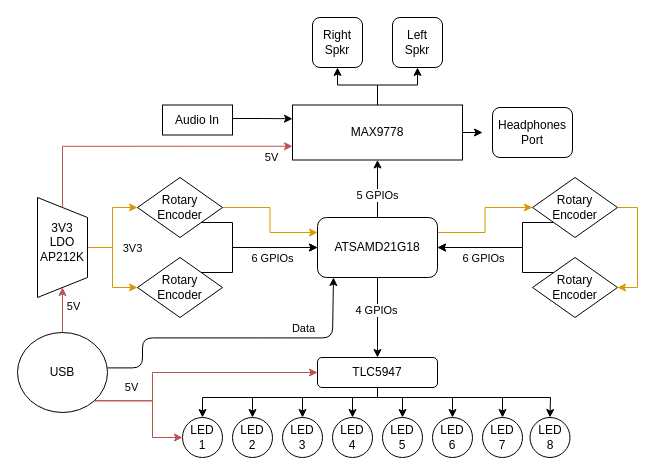
Earlier version of the draw.io diagram ArchitectureOverview.drawio (amohideen99/TheVolumeMixer). Source tidied: cells renumbered, new cells numbered last; positions are measured from the earlier drawing's top-left corner, leaving out a move shared by most shapes. Both pictures are drawn from the tidied source at 100%, with x=0, y=0 at pixel (12, 17).
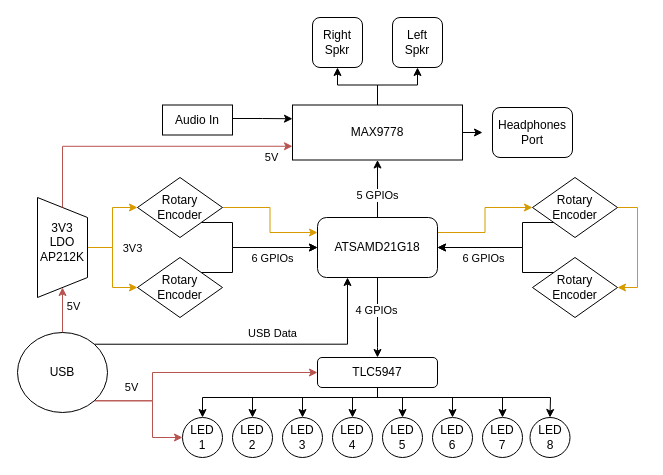
After the change.

Commit message (it also covers changes not shown here):
added USB data and 5V to Architecture Overview

Unchanged cells that the change refers to:
```xml
<mxCell id="15" value="ATSAMD21G18" style="rounded=1;whiteSpace=wrap;html=1;" parent="1" vertex="1">
  <mxGeometry x="305" y="200" width="120" height="60" as="geometry" />
</mxCell>
<mxCell id="57" value="USB" style="ellipse;whiteSpace=wrap;html=1;" parent="1" vertex="1">
  <mxGeometry x="5" y="315" width="90" height="80" as="geometry" />
</mxCell>
```

Change to the diagram source:
```diff
@@
+    <mxCell id="61" style="edgeStyle=orthogonalEdgeStyle;rounded=0;jettySize=auto;html=1;exitX=1;exitY=0;exitDx=0;exitDy=0;entryX=0.25;entryY=1;entryDx=0;entryDy=0;fontColor=#000000;" parent="1" edge="1" source="57" target="15">
+      <mxGeometry relative="1" as="geometry" />
+    </mxCell>
+    <mxCell id="62" value="USB Data" style="edgeLabel;html=1;align=center;verticalAlign=middle;fontColor=#000000;" parent="61" vertex="1">
+      <mxGeometry x="0.09" relative="1" as="geometry">
+        <mxPoint x="3.9" y="-11.7" as="offset" />
+      </mxGeometry>
+    </mxCell>
@@
-    <mxCell id="58" style="endArrow=classic;html=1;entryX=0.133;entryY=0.994;entryDx=0;entryDy=0;entryPerimeter=0;" parent="1" edge="1">
-      <mxGeometry relative="1" as="geometry">
-        <mxPoint x="95" y="350.4" as="sourcePoint" />
-        <mxPoint x="321" y="260" as="targetPoint" />
-        <Array as="points">
-          <mxPoint x="130" y="350.4" />
-          <mxPoint x="130" y="320.4" />
-          <mxPoint x="260" y="320.4" />
-          <mxPoint x="320" y="320.4" />
-        </Array>
-      </mxGeometry>
-    </mxCell>
-    <mxCell id="59" value="Data" style="edgeLabel;html=1;align=center;verticalAlign=middle;" parent="58" vertex="1">
-      <mxGeometry x="0.62" relative="1" as="geometry">
-        <mxPoint x="-30" y="-10" as="offset" />
-      </mxGeometry>
-    </mxCell>
```
